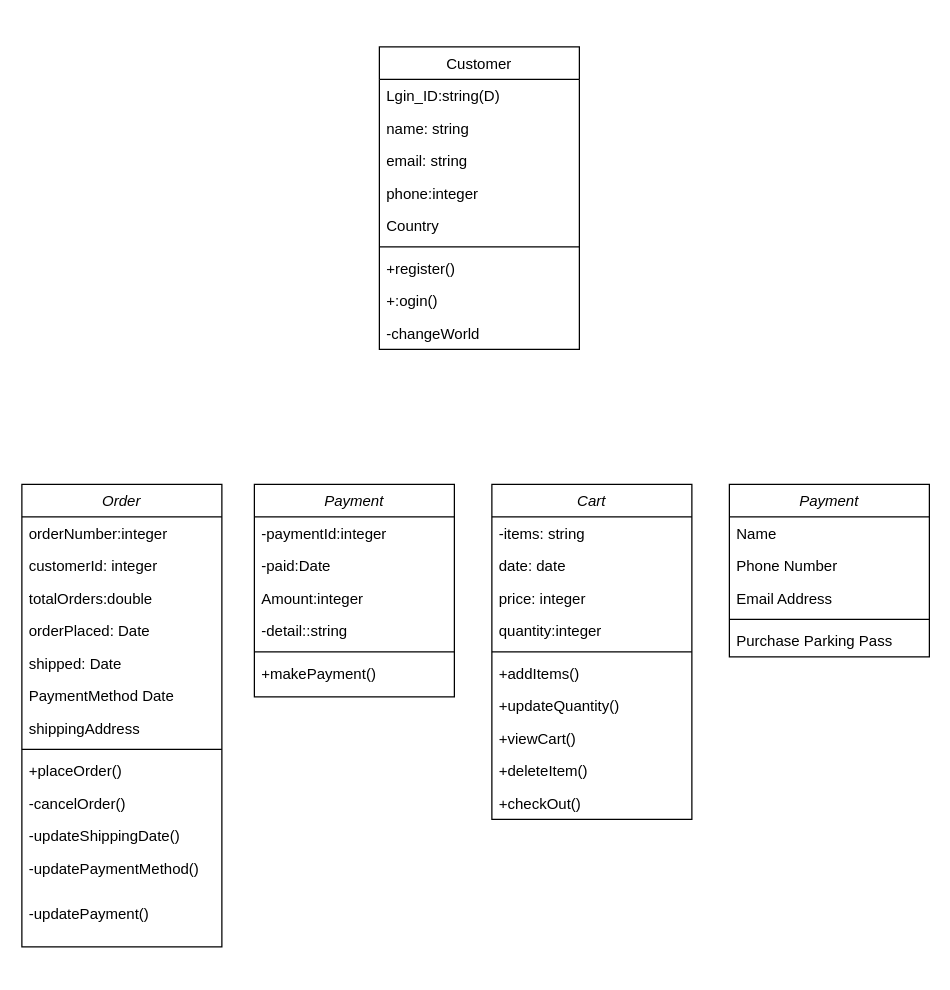
Earlier version of the draw.io diagram Class Diagram.drawio (HaseebSheikh417/FYP-Chatbot). Source tidied: cells renumbered, new cells numbered last; positions are measured from the earlier drawing's top-left corner, leaving out a move shared by most shapes. Both pictures are drawn from the tidied source at 125%, with x=0, y=0 at pixel (21, 46).
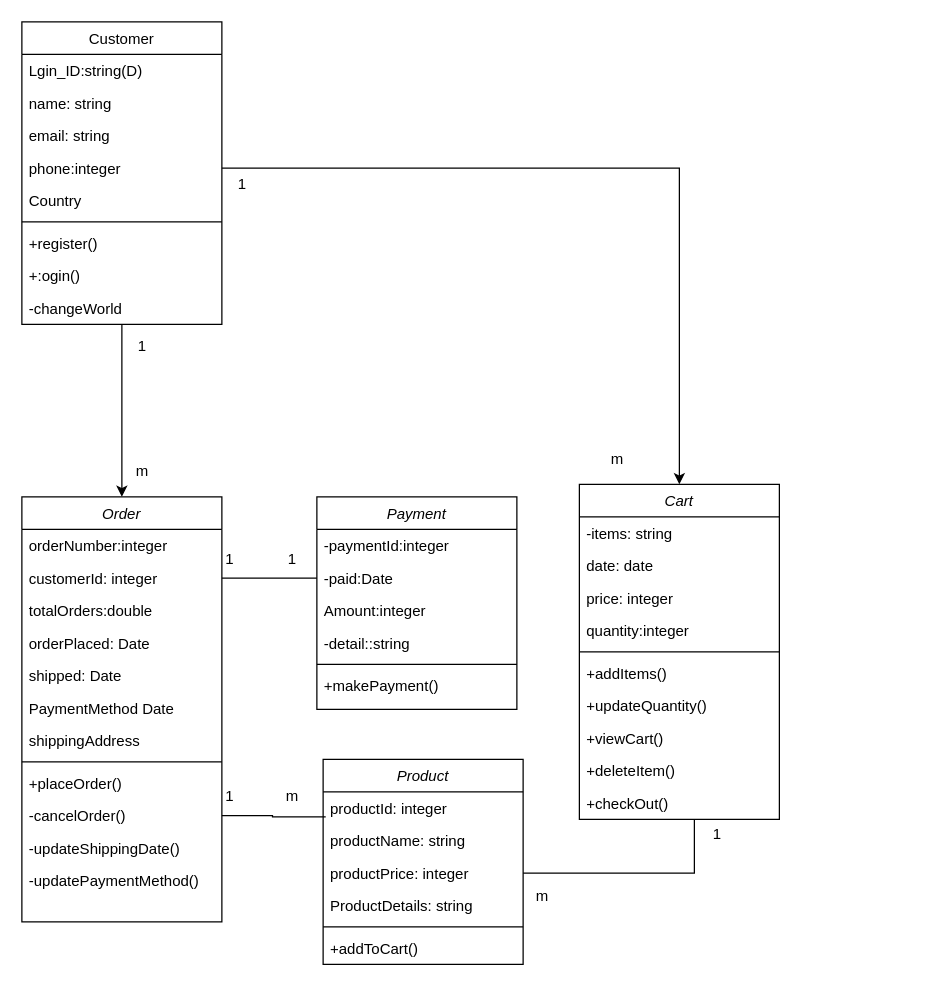
The same page after the edit.

Unchanged cells that the change refers to:
```xml
<mxCell id="4" value="customerId: integer" style="text;align=left;verticalAlign=top;spacingLeft=4;spacingRight=4;overflow=hidden;points=[[0,0.5],[1,0.5]];portConstraint=eastwest;rounded=0;shadow=0;html=0;" parent="2" vertex="1">
  <mxGeometry y="52" width="160" height="26" as="geometry" />
</mxCell>
<mxCell id="12" value="-cancelOrder()" style="text;align=left;verticalAlign=top;spacingLeft=4;spacingRight=4;overflow=hidden;points=[[0,0.5],[1,0.5]];portConstraint=eastwest;rounded=0;shadow=0;html=0;" parent="2" vertex="1">
  <mxGeometry y="242" width="160" height="26" as="geometry" />
</mxCell>
<mxCell id="17" value="-paid:Date" style="text;align=left;verticalAlign=top;spacingLeft=4;spacingRight=4;overflow=hidden;points=[[0,0.5],[1,0.5]];portConstraint=eastwest;rounded=0;shadow=0;html=0;" parent="15" vertex="1">
  <mxGeometry y="52" width="160" height="26" as="geometry" />
</mxCell>
<mxCell id="32" value="+checkOut()" style="text;align=left;verticalAlign=top;spacingLeft=4;spacingRight=4;overflow=hidden;points=[[0,0.5],[1,0.5]];portConstraint=eastwest;" parent="22" vertex="1">
  <mxGeometry y="242" width="160" height="26" as="geometry" />
</mxCell>
<mxCell id="44" value="phone:integer" style="text;align=left;verticalAlign=top;spacingLeft=4;spacingRight=4;overflow=hidden;points=[[0,0.5],[1,0.5]];portConstraint=eastwest;rounded=0;shadow=0;html=0;" parent="40" vertex="1">
  <mxGeometry y="104" width="160" height="26" as="geometry" />
</mxCell>
```

The edit, as a diff of the source:
```diff
@@
     <mxCell id="2" value="Order" style="swimlane;fontStyle=2;align=center;verticalAlign=top;horizontal=1;startSize=26;rounded=0;shadow=0;strokeWidth=1;" parent="1" vertex="1">
-      <mxGeometry y="350" width="160" height="370" as="geometry" />
+      <mxGeometry y="360" width="160" height="340" as="geometry" />
     </mxCell>
@@
     <mxCell id="15" value="Payment" style="swimlane;fontStyle=2;align=center;verticalAlign=top;horizontal=1;startSize=26;rounded=0;shadow=0;strokeWidth=1;" parent="1" vertex="1">
-      <mxGeometry x="186" y="350" width="160" height="170" as="geometry" />
+      <mxGeometry x="236" y="360" width="160" height="170" as="geometry" />
     </mxCell>
@@
     <mxCell id="22" value="Cart" style="swimlane;fontStyle=2;align=center;verticalAlign=top;horizontal=1;startSize=26;rounded=0;shadow=0;strokeWidth=1;" parent="1" vertex="1">
-      <mxGeometry x="376" y="350" width="160" height="268" as="geometry" />
+      <mxGeometry x="446" y="350" width="160" height="268" as="geometry" />
     </mxCell>
@@
-    <mxCell id="33" value="Payment" style="swimlane;fontStyle=2;align=center;verticalAlign=top;horizontal=1;startSize=26;rounded=0;shadow=0;strokeWidth=1;" parent="1" vertex="1">
-      <mxGeometry x="566" y="350" width="160" height="138" as="geometry" />
-    </mxCell>
-    <mxCell id="34" value="Name" style="text;align=left;verticalAlign=top;spacingLeft=4;spacingRight=4;overflow=hidden;" parent="33" vertex="1">
-      <mxGeometry y="26" width="160" height="26" as="geometry" />
-    </mxCell>
-    <mxCell id="35" value="Phone Number" style="text;align=left;verticalAlign=top;spacingLeft=4;spacingRight=4;overflow=hidden;rounded=0;shadow=0;html=0;" parent="33" vertex="1">
-      <mxGeometry y="52" width="160" height="26" as="geometry" />
-    </mxCell>
-    <mxCell id="36" value="Email Address" style="text;align=left;verticalAlign=top;spacingLeft=4;spacingRight=4;overflow=hidden;rounded=0;shadow=0;html=0;" parent="33" vertex="1">
-      <mxGeometry y="78" width="160" height="26" as="geometry" />
-    </mxCell>
-    <mxCell id="37" style="line;html=1;strokeWidth=1;align=left;verticalAlign=middle;spacingTop=-1;spacingLeft=3;spacingRight=3;labelPosition=right;" parent="33" vertex="1">
-      <mxGeometry y="104" width="160" height="8" as="geometry" />
-    </mxCell>
-    <mxCell id="38" value="Purchase Parking Pass" style="text;align=left;verticalAlign=top;spacingLeft=4;spacingRight=4;overflow=hidden;" parent="33" vertex="1">
-      <mxGeometry y="112" width="160" height="26" as="geometry" />
-    </mxCell>
-    <mxCell id="39" value="-updatePayment()" style="text;align=left;verticalAlign=top;spacingLeft=4;spacingRight=4;overflow=hidden;rounded=0;shadow=0;html=0;" parent="1" vertex="1">
-      <mxGeometry y="680" width="160" height="26" as="geometry" />
-    </mxCell>
+    <mxCell id="50" style="edgeStyle=orthogonalEdgeStyle;rounded=0;jettySize=auto;html=1;" parent="1" edge="1" source="40" target="2">
+      <mxGeometry relative="1" as="geometry" />
+    </mxCell>
     <mxCell id="40" value="Customer" style="swimlane;fontStyle=0;align=center;verticalAlign=top;horizontal=1;startSize=26;rounded=0;shadow=0;strokeWidth=1;" parent="1" vertex="1">
-      <mxGeometry x="286" width="160" height="242" as="geometry" />
+      <mxGeometry y="-20" width="160" height="242" as="geometry" />
     </mxCell>
@@
+    <mxCell id="51" value="1" style="text;html=1;align=center;verticalAlign=middle;strokeColor=none;" parent="1" vertex="1">
+      <mxGeometry x="86" y="230" width="20" height="20" as="geometry" />
+    </mxCell>
+    <mxCell id="52" value="m" style="text;html=1;align=center;verticalAlign=middle;strokeColor=none;" parent="1" vertex="1">
+      <mxGeometry x="81" y="330" width="30" height="20" as="geometry" />
+    </mxCell>
+    <mxCell id="53" style="edgeStyle=orthogonalEdgeStyle;rounded=0;jettySize=auto;html=1;entryX=0.5;entryY=0;entryDx=0;entryDy=0;" parent="1" edge="1" source="44" target="22">
+      <mxGeometry relative="1" as="geometry" />
+    </mxCell>
+    <mxCell id="54" value="1" style="text;html=1;align=center;verticalAlign=middle;strokeColor=none;" parent="1" vertex="1">
+      <mxGeometry x="166" y="100" width="20" height="20" as="geometry" />
+    </mxCell>
+    <mxCell id="55" value="m" style="text;html=1;align=center;verticalAlign=middle;strokeColor=none;" parent="1" vertex="1">
+      <mxGeometry x="461" y="320" width="30" height="20" as="geometry" />
+    </mxCell>
+    <mxCell id="56" style="edgeStyle=orthogonalEdgeStyle;rounded=0;jettySize=auto;html=1;exitX=1;exitY=0.5;exitDx=0;exitDy=0;entryX=0;entryY=0.5;entryDx=0;entryDy=0;endArrow=none;endFill=0;" parent="1" edge="1" source="4" target="17">
+      <mxGeometry relative="1" as="geometry" />
+    </mxCell>
+    <mxCell id="57" value="1" style="text;html=1;align=center;verticalAlign=middle;strokeColor=none;" parent="1" vertex="1">
+      <mxGeometry x="156" y="400" width="20" height="20" as="geometry" />
+    </mxCell>
+    <mxCell id="58" value="1&lt;br&gt;" style="text;html=1;align=center;verticalAlign=middle;strokeColor=none;" parent="1" vertex="1">
+      <mxGeometry x="206" y="400" width="20" height="20" as="geometry" />
+    </mxCell>
+    <mxCell id="59" value="Product" style="swimlane;fontStyle=2;align=center;verticalAlign=top;horizontal=1;startSize=26;rounded=0;shadow=0;strokeWidth=1;" parent="1" vertex="1">
+      <mxGeometry x="241" y="570" width="160" height="164" as="geometry" />
+    </mxCell>
+    <mxCell id="60" value="productId: integer" style="text;align=left;verticalAlign=top;spacingLeft=4;spacingRight=4;overflow=hidden;points=[[0,0.5],[1,0.5]];portConstraint=eastwest;" parent="59" vertex="1">
+      <mxGeometry y="26" width="160" height="26" as="geometry" />
+    </mxCell>
+    <mxCell id="61" value="productName: string" style="text;align=left;verticalAlign=top;spacingLeft=4;spacingRight=4;overflow=hidden;rounded=0;shadow=0;html=0;" parent="59" vertex="1">
+      <mxGeometry y="52" width="160" height="26" as="geometry" />
+    </mxCell>
+    <mxCell id="62" value="productPrice: integer" style="text;align=left;verticalAlign=top;spacingLeft=4;spacingRight=4;overflow=hidden;points=[[0,0.5],[1,0.5]];portConstraint=eastwest;rounded=0;shadow=0;html=0;" parent="59" vertex="1">
+      <mxGeometry y="78" width="160" height="26" as="geometry" />
+    </mxCell>
+    <mxCell id="63" value="ProductDetails: string" style="text;align=left;verticalAlign=top;spacingLeft=4;spacingRight=4;overflow=hidden;rounded=0;shadow=0;html=0;" parent="59" vertex="1">
+      <mxGeometry y="104" width="160" height="26" as="geometry" />
+    </mxCell>
+    <mxCell id="64" style="line;html=1;strokeWidth=1;align=left;verticalAlign=middle;spacingTop=-1;spacingLeft=3;spacingRight=3;labelPosition=right;" parent="59" vertex="1">
+      <mxGeometry y="130" width="160" height="8" as="geometry" />
+    </mxCell>
+    <mxCell id="65" value="+addToCart()" style="text;align=left;verticalAlign=top;spacingLeft=4;spacingRight=4;overflow=hidden;rounded=0;shadow=0;html=0;" parent="59" vertex="1">
+      <mxGeometry y="138" width="160" height="26" as="geometry" />
+    </mxCell>
+    <mxCell id="66" style="edgeStyle=orthogonalEdgeStyle;rounded=0;jettySize=auto;html=1;exitX=1;exitY=0.5;exitDx=0;exitDy=0;entryX=0.013;entryY=0.769;entryDx=0;entryDy=0;entryPerimeter=0;endArrow=none;endFill=0;" parent="1" edge="1" source="12" target="60">
+      <mxGeometry relative="1" as="geometry" />
+    </mxCell>
+    <mxCell id="67" value="1" style="text;html=1;align=center;verticalAlign=middle;strokeColor=none;" parent="1" vertex="1">
+      <mxGeometry x="156" y="590" width="20" height="20" as="geometry" />
+    </mxCell>
+    <mxCell id="68" value="m" style="text;html=1;align=center;verticalAlign=middle;strokeColor=none;" parent="1" vertex="1">
+      <mxGeometry x="201" y="590" width="30" height="20" as="geometry" />
+    </mxCell>
+    <mxCell id="69" style="edgeStyle=orthogonalEdgeStyle;rounded=0;jettySize=auto;html=1;entryX=0.575;entryY=1;entryDx=0;entryDy=0;entryPerimeter=0;endArrow=none;endFill=0;" parent="1" edge="1" source="62" target="32">
+      <mxGeometry relative="1" as="geometry" />
+    </mxCell>
+    <mxCell id="70" value="m" style="text;html=1;align=center;verticalAlign=middle;strokeColor=none;" parent="1" vertex="1">
+      <mxGeometry x="401" y="670" width="30" height="20" as="geometry" />
+    </mxCell>
+    <mxCell id="71" value="1" style="text;html=1;align=center;verticalAlign=middle;strokeColor=none;" parent="1" vertex="1">
+      <mxGeometry x="546" y="620" width="20" height="20" as="geometry" />
+    </mxCell>
```
